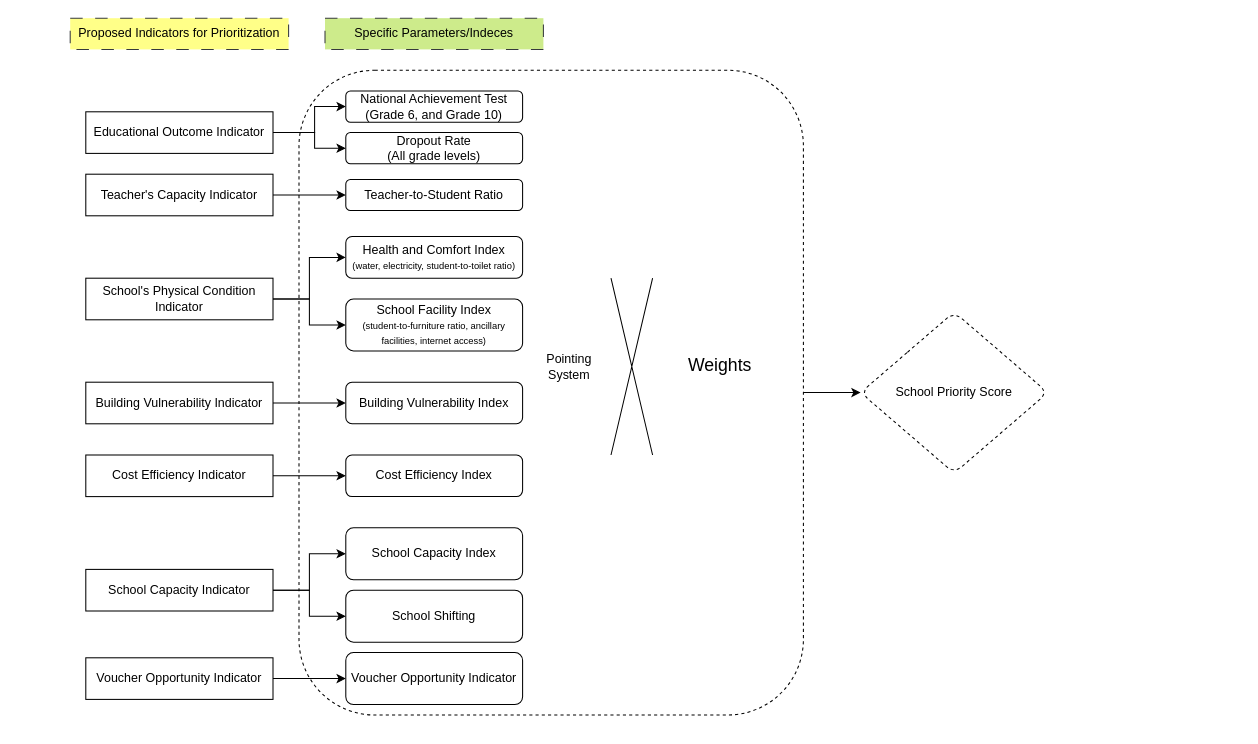
Earlier version of the draw.io diagram page "General prioritization" (1 of 2) of EFD Prioritization.drawio (jnlawrence/DepEd_scripts). Source tidied: cells renumbered, new cells numbered last; positions are measured from the earlier drawing's top-left corner, leaving out a move shared by most shapes. Both pictures are drawn from the tidied source at 104%, with x=0, y=0 at pixel (70, 18).
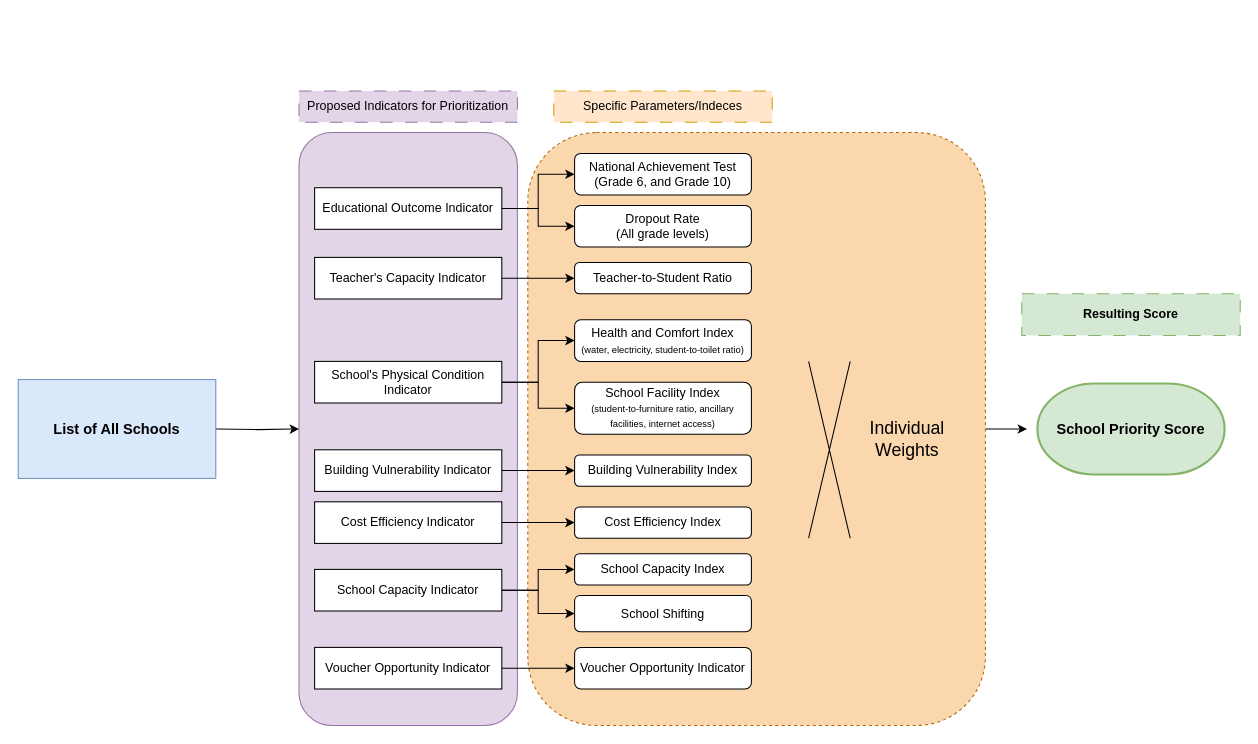
After the change.

What changed in the source:
```diff
@@
+    <mxCell id="37" style="rounded=1;whiteSpace=wrap;html=1;fillColor=#e1d5e7;strokeColor=#9673a6;" parent="1" vertex="1">
+      <mxGeometry x="220" y="110" width="210" height="570" as="geometry" />
+    </mxCell>
-    <mxCell id="2" style="edgeStyle=orthogonalEdgeStyle;rounded=0;jettySize=auto;html=1;" parent="1" edge="1" source="3" target="36">
-      <mxGeometry relative="1" as="geometry" />
+    <mxCell id="2" style="edgeStyle=orthogonalEdgeStyle;rounded=0;jettySize=auto;html=1;" parent="1" edge="1" source="3">
+      <mxGeometry relative="1" as="geometry">
+        <mxPoint x="920" y="395" as="targetPoint" />
+      </mxGeometry>
     </mxCell>
-    <mxCell id="3" style="rounded=1;whiteSpace=wrap;html=1;dashed=1;fillColor=none;" parent="1" vertex="1">
-      <mxGeometry x="220" y="50" width="485" height="620" as="geometry" />
+    <mxCell id="3" style="rounded=1;whiteSpace=wrap;html=1;dashed=1;fillColor=#fad7ac;strokeColor=#b46504;" parent="1" vertex="1">
+      <mxGeometry x="440" y="110" width="440" height="570" as="geometry" />
     </mxCell>
-    <mxCell id="4" value="Proposed Indicators for Prioritization" style="text;html=1;align=center;verticalAlign=middle;whiteSpace=wrap;rounded=0;dashed=1;dashPattern=12 12;strokeColor=#36393d;fillColor=#ffff88;" parent="1" vertex="1">
-      <mxGeometry width="210" height="30" as="geometry" />
+    <mxCell id="4" value="Proposed Indicators for Prioritization" style="text;html=1;align=center;verticalAlign=middle;whiteSpace=wrap;rounded=0;dashed=1;dashPattern=12 12;strokeColor=#9673a6;fillColor=#e1d5e7;" parent="1" vertex="1">
+      <mxGeometry x="220" y="70" width="210" height="30" as="geometry" />
     </mxCell>
+    <mxCell id="6" style="edgeStyle=orthogonalEdgeStyle;rounded=0;jettySize=auto;html=1;entryX=0;entryY=0.5;entryDx=0;entryDy=0;" parent="1" edge="1" source="7" target="22">
+      <mxGeometry relative="1" as="geometry" />
+    </mxCell>
     <mxCell id="5" style="edgeStyle=orthogonalEdgeStyle;rounded=0;jettySize=auto;html=1;entryX=0;entryY=0.5;entryDx=0;entryDy=0;" parent="1" edge="1" source="7" target="23">
-      <mxGeometry relative="1" as="geometry">
-        <Array as="points">
-          <mxPoint x="235" y="110" />
-          <mxPoint x="235" y="125" />
-        </Array>
-      </mxGeometry>
+      <mxGeometry relative="1" as="geometry" />
     </mxCell>
-    <mxCell id="6" style="edgeStyle=orthogonalEdgeStyle;rounded=0;jettySize=auto;html=1;entryX=0;entryY=0.5;entryDx=0;entryDy=0;" parent="1" edge="1" source="7" target="22">
-      <mxGeometry relative="1" as="geometry">
-        <Array as="points">
-          <mxPoint x="235" y="110" />
-          <mxPoint x="235" y="85" />
-        </Array>
-      </mxGeometry>
-    </mxCell>
     <mxCell id="7" value="Educational Outcome Indicator" style="rounded=0;whiteSpace=wrap;html=1;glass=0;fontStyle=0;spacing=5;" parent="1" vertex="1">
-      <mxGeometry x="15" y="90" width="180" height="40" as="geometry" />
+      <mxGeometry x="235" y="163" width="180" height="40" as="geometry" />
     </mxCell>
@@
     <mxCell id="9" value="Teacher's Capacity Indicator" style="rounded=0;whiteSpace=wrap;html=1;glass=0;fontStyle=0;spacing=5;" parent="1" vertex="1">
-      <mxGeometry x="15" y="150" width="180" height="40" as="geometry" />
+      <mxGeometry x="235" y="230" width="180" height="40" as="geometry" />
     </mxCell>
@@
     <mxCell id="12" value="School's Physical Condition Indicator" style="rounded=0;whiteSpace=wrap;html=1;glass=0;fontStyle=0;spacing=5;" parent="1" vertex="1">
-      <mxGeometry x="15" y="250" width="180" height="40" as="geometry" />
+      <mxGeometry x="235" y="330" width="180" height="40" as="geometry" />
     </mxCell>
@@
     <mxCell id="14" value="Building Vulnerability Indicator" style="rounded=0;whiteSpace=wrap;html=1;glass=0;fontStyle=0;spacing=5;" parent="1" vertex="1">
-      <mxGeometry x="15" y="350" width="180" height="40" as="geometry" />
+      <mxGeometry x="235" y="415" width="180" height="40" as="geometry" />
     </mxCell>
@@
     <mxCell id="16" value="Cost Efficiency Indicator" style="rounded=0;whiteSpace=wrap;html=1;glass=0;fontStyle=0;spacing=5;" parent="1" vertex="1">
-      <mxGeometry x="15" y="420" width="180" height="40" as="geometry" />
+      <mxGeometry x="235" y="465" width="180" height="40" as="geometry" />
     </mxCell>
@@
     <mxCell id="19" value="School Capacity Indicator" style="rounded=0;whiteSpace=wrap;html=1;glass=0;fontStyle=0;spacing=5;" parent="1" vertex="1">
-      <mxGeometry x="15" y="530" width="180" height="40" as="geometry" />
+      <mxGeometry x="235" y="530" width="180" height="40" as="geometry" />
     </mxCell>
@@
     <mxCell id="21" value="Voucher Opportunity Indicator" style="rounded=0;whiteSpace=wrap;html=1;glass=0;fontStyle=0;spacing=5;" parent="1" vertex="1">
-      <mxGeometry x="15" y="615" width="180" height="40" as="geometry" />
+      <mxGeometry x="235" y="605" width="180" height="40" as="geometry" />
     </mxCell>
     <mxCell id="22" value="National Achievement Test (Grade 6, and Grade 10)" style="rounded=1;whiteSpace=wrap;html=1;" parent="1" vertex="1">
-      <mxGeometry x="265" y="70" width="170" height="30" as="geometry" />
+      <mxGeometry x="485" y="130" width="170" height="40" as="geometry" />
     </mxCell>
     <mxCell id="23" value="Dropout Rate&lt;br&gt;(All grade levels)" style="rounded=1;whiteSpace=wrap;html=1;" parent="1" vertex="1">
-      <mxGeometry x="265" y="110" width="170" height="30" as="geometry" />
+      <mxGeometry x="485" y="180" width="170" height="40" as="geometry" />
     </mxCell>
     <mxCell id="24" value="Teacher-to-Student Ratio" style="rounded=1;whiteSpace=wrap;html=1;" parent="1" vertex="1">
-      <mxGeometry x="265" y="155" width="170" height="30" as="geometry" />
+      <mxGeometry x="485" y="235" width="170" height="30" as="geometry" />
     </mxCell>
     <mxCell id="25" value="Health and Comfort Index&lt;br&gt;&lt;font style=&quot;font-size: 9px;&quot;&gt;(water, electricity, student-to-toilet ratio)&lt;/font&gt;" style="rounded=1;whiteSpace=wrap;html=1;" parent="1" vertex="1">
-      <mxGeometry x="265" y="210" width="170" height="40" as="geometry" />
+      <mxGeometry x="485" y="290" width="170" height="40" as="geometry" />
     </mxCell>
     <mxCell id="26" value="School Facility Index&lt;br&gt;&lt;font style=&quot;font-size: 9px;&quot;&gt;(student-to-furniture ratio, ancillary facilities, internet access)&lt;/font&gt;" style="rounded=1;whiteSpace=wrap;html=1;" parent="1" vertex="1">
-      <mxGeometry x="265" y="270" width="170" height="50" as="geometry" />
+      <mxGeometry x="485" y="350" width="170" height="50" as="geometry" />
     </mxCell>
     <mxCell id="27" value="Building Vulnerability Index" style="rounded=1;whiteSpace=wrap;html=1;" parent="1" vertex="1">
-      <mxGeometry x="265" y="350" width="170" height="40" as="geometry" />
+      <mxGeometry x="485" y="420" width="170" height="30" as="geometry" />
     </mxCell>
     <mxCell id="28" value="Cost Efficiency Index" style="rounded=1;whiteSpace=wrap;html=1;" parent="1" vertex="1">
-      <mxGeometry x="265" y="420" width="170" height="40" as="geometry" />
+      <mxGeometry x="485" y="470" width="170" height="30" as="geometry" />
     </mxCell>
     <mxCell id="29" value="School Capacity Index" style="rounded=1;whiteSpace=wrap;html=1;" parent="1" vertex="1">
-      <mxGeometry x="265" y="490" width="170" height="50" as="geometry" />
+      <mxGeometry x="485" y="515" width="170" height="30" as="geometry" />
     </mxCell>
     <mxCell id="30" value="Voucher Opportunity Indicator" style="rounded=1;whiteSpace=wrap;html=1;" parent="1" vertex="1">
-      <mxGeometry x="265" y="610" width="170" height="50" as="geometry" />
+      <mxGeometry x="485" y="605" width="170" height="40" as="geometry" />
     </mxCell>
     <mxCell id="31" style="shape=mxgraph.sysml.x;" parent="1" vertex="1">
-      <mxGeometry x="520" y="250" width="40" height="170" as="geometry" />
+      <mxGeometry x="710" y="330" width="40" height="170" as="geometry" />
     </mxCell>
-    <mxCell id="32" value="Specific Parameters/Indeces" style="text;html=1;align=center;verticalAlign=middle;whiteSpace=wrap;rounded=0;dashed=1;dashPattern=12 12;strokeColor=#36393d;fillColor=#cdeb8b;" parent="1" vertex="1">
-      <mxGeometry x="245" width="210" height="30" as="geometry" />
+    <mxCell id="32" value="Specific Parameters/Indeces" style="text;html=1;align=center;verticalAlign=middle;whiteSpace=wrap;rounded=0;dashed=1;dashPattern=12 12;strokeColor=#d79b00;fillColor=#ffe6cc;" parent="1" vertex="1">
+      <mxGeometry x="465" y="70" width="210" height="30" as="geometry" />
     </mxCell>
     <mxCell id="33" value="School Shifting" style="rounded=1;whiteSpace=wrap;html=1;" parent="1" vertex="1">
-      <mxGeometry x="265" y="550" width="170" height="50" as="geometry" />
+      <mxGeometry x="485" y="555" width="170" height="35" as="geometry" />
     </mxCell>
-    <mxCell id="34" value="&lt;font style=&quot;font-size: 17px;&quot;&gt;Weights&lt;/font&gt;" style="text;html=1;align=center;verticalAlign=middle;whiteSpace=wrap;rounded=0;" parent="1" vertex="1">
-      <mxGeometry x="560" y="280" width="130" height="110" as="geometry" />
+    <mxCell id="34" value="&lt;div&gt;&lt;font style=&quot;font-size: 17px;&quot;&gt;&lt;br&gt;&lt;/font&gt;&lt;/div&gt;&lt;font style=&quot;font-size: 17px;&quot;&gt;Individual&lt;/font&gt;&lt;div&gt;&lt;font style=&quot;font-size: 17px;&quot;&gt;Weights&lt;/font&gt;&lt;/div&gt;" style="text;html=1;align=center;verticalAlign=middle;whiteSpace=wrap;rounded=0;" parent="1" vertex="1">
+      <mxGeometry x="740" y="340" width="130" height="110" as="geometry" />
     </mxCell>
-    <mxCell id="35" value="Pointing System" style="text;html=1;align=center;verticalAlign=middle;whiteSpace=wrap;rounded=0;" parent="1" vertex="1">
-      <mxGeometry x="450" y="320" width="60" height="30" as="geometry" />
-    </mxCell>
+    <mxCell id="38" value="Resulting Score" style="text;html=1;align=center;verticalAlign=middle;whiteSpace=wrap;rounded=0;dashed=1;dashPattern=12 12;strokeColor=#82b366;fillColor=#d5e8d4;fontStyle=1;" parent="1" vertex="1">
+      <mxGeometry x="915" y="265" width="210" height="40" as="geometry" />
+    </mxCell>
-    <mxCell id="36" value="School Priority Score" style="rhombus;whiteSpace=wrap;html=1;fillColor=none;rounded=1;dashed=1;" parent="1" vertex="1">
-      <mxGeometry x="760" y="282.5" width="180" height="155" as="geometry" />
+    <mxCell id="36" value="School Priority Score" style="strokeWidth=2;html=1;shape=mxgraph.flowchart.terminator;whiteSpace=wrap;fontStyle=1;fillColor=#d5e8d4;strokeColor=#82b366;fontSize=14;" parent="1" vertex="1">
+      <mxGeometry x="930" y="351.2" width="180" height="87.5" as="geometry" />
     </mxCell>
+    <mxCell id="39" style="edgeStyle=orthogonalEdgeStyle;rounded=0;jettySize=auto;html=1;entryX=0;entryY=0.5;entryDx=0;entryDy=0;" parent="1" edge="1" target="37">
+      <mxGeometry relative="1" as="geometry">
+        <mxPoint x="140" y="395.1" as="sourcePoint" />
+      </mxGeometry>
+    </mxCell>
+    <mxCell id="40" value="&lt;span style=&quot;font-size: 14px; font-weight: 700;&quot;&gt;List of All Schools&lt;/span&gt;" style="whiteSpace=wrap;html=1;fillColor=#dae8fc;strokeColor=#6c8ebf;rounded=0;" parent="1" vertex="1">
+      <mxGeometry x="-50" y="347.5" width="190" height="95" as="geometry" />
+    </mxCell>
```
